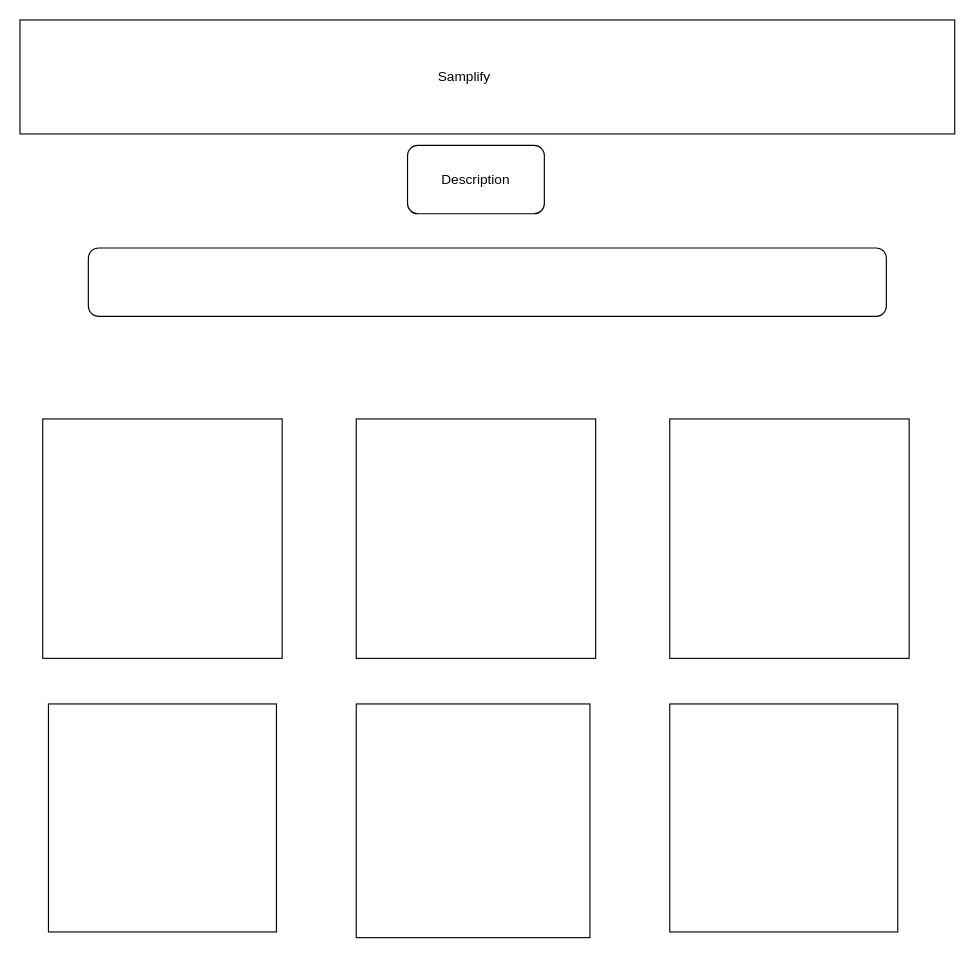
Above: Untitled Diagram.drawio in vilmaq/samplify-uk (draw.io), before the change. Source tidied: cells renumbered, new cells numbered last; positions are measured from the earlier drawing's top-left corner, leaving out a move shared by most shapes. Both pictures are drawn from the tidied source at 114%, with x=0, y=0 at pixel (19, 19).
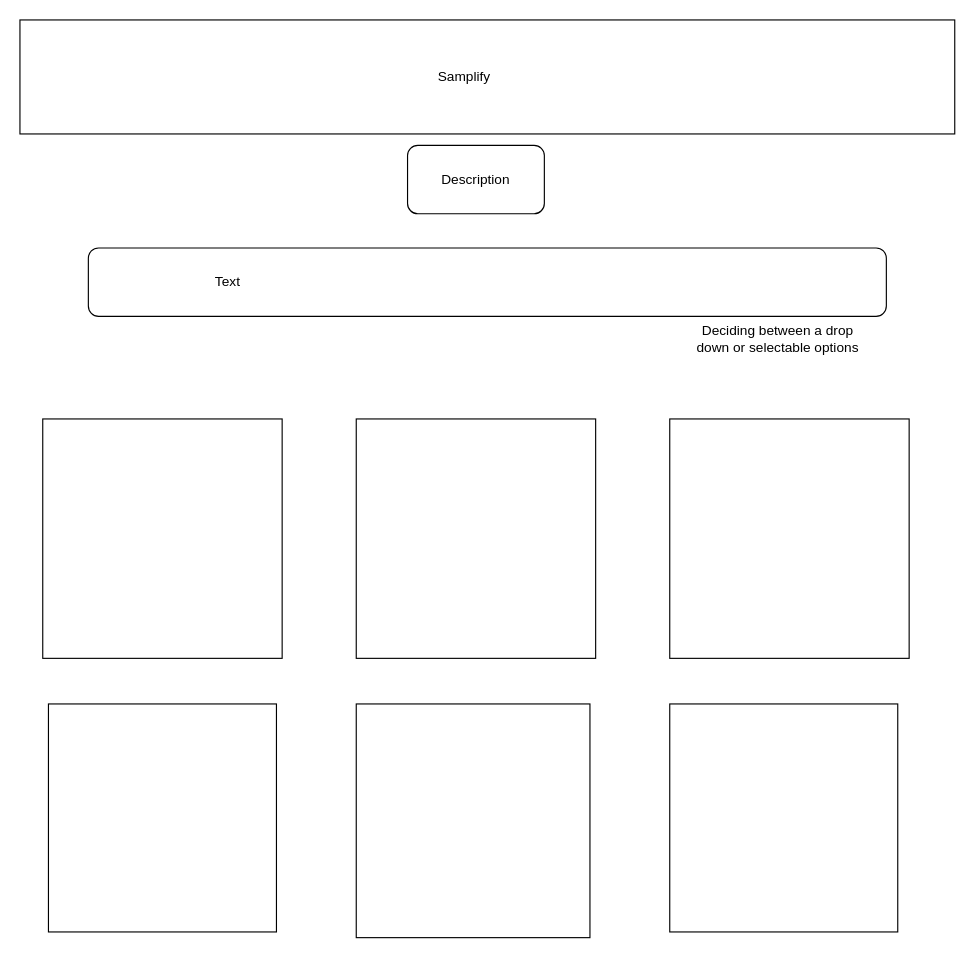
After the change.

Commit message:
Added drop down text

The edit, as a diff of the source:
```diff
@@
 <mxGraphModel>
   <root>
     <mxCell id="0" />
     <mxCell id="1" parent="0" />
     <mxCell id="2" style="rounded=1;whiteSpace=wrap;html=1;" parent="1" vertex="1">
       <mxGeometry x="340" y="110" width="120" height="60" as="geometry" />
     </mxCell>
     <mxCell id="3" style="rounded=0;whiteSpace=wrap;html=1;" parent="1" vertex="1">
       <mxGeometry width="820" height="100" as="geometry" />
     </mxCell>
     <mxCell id="4" value="Samplify" style="text;html=1;strokeColor=none;fillColor=none;align=center;verticalAlign=middle;whiteSpace=wrap;rounded=0;" parent="1" vertex="1">
       <mxGeometry x="190" y="10" width="400" height="80" as="geometry" />
     </mxCell>
     <mxCell id="5" value="Description" style="text;html=1;strokeColor=none;fillColor=none;align=center;verticalAlign=middle;whiteSpace=wrap;rounded=0;" parent="1" vertex="1">
       <mxGeometry x="130" y="130" width="540" height="20" as="geometry" />
     </mxCell>
     <mxCell id="6" style="rounded=1;whiteSpace=wrap;html=1;" parent="1" vertex="1">
       <mxGeometry x="60" y="200" width="700" height="60" as="geometry" />
     </mxCell>
     <mxCell id="7" style="whiteSpace=wrap;html=1;" parent="1" vertex="1">
       <mxGeometry x="20" y="350" width="210" height="210" as="geometry" />
     </mxCell>
     <mxCell id="8" style="whiteSpace=wrap;html=1;" parent="1" vertex="1">
       <mxGeometry x="295" y="350" width="210" height="210" as="geometry" />
     </mxCell>
     <mxCell id="9" style="whiteSpace=wrap;html=1;" parent="1" vertex="1">
       <mxGeometry x="570" y="350" width="210" height="210" as="geometry" />
     </mxCell>
     <mxCell id="10" style="whiteSpace=wrap;html=1;" parent="1" vertex="1">
       <mxGeometry x="25" y="600" width="200" height="200" as="geometry" />
     </mxCell>
     <mxCell id="11" style="whiteSpace=wrap;html=1;" parent="1" vertex="1">
       <mxGeometry x="295" y="600" width="205" height="205" as="geometry" />
     </mxCell>
     <mxCell id="12" style="whiteSpace=wrap;html=1;" parent="1" vertex="1">
       <mxGeometry x="570" y="600" width="200" height="200" as="geometry" />
     </mxCell>
+    <mxCell id="13" value="Deciding between a drop down or selectable options" style="text;html=1;strokeColor=none;fillColor=none;align=center;verticalAlign=middle;whiteSpace=wrap;rounded=0;" parent="1" vertex="1">
+      <mxGeometry x="590" y="270" width="150" height="20" as="geometry" />
+    </mxCell>
+    <mxCell id="14" value="Text" style="text;html=1;strokeColor=none;fillColor=none;align=center;verticalAlign=middle;whiteSpace=wrap;rounded=0;" parent="1" vertex="1">
+      <mxGeometry x="70" y="220" width="225" height="20" as="geometry" />
+    </mxCell>
   </root>
 </mxGraphModel>
```
